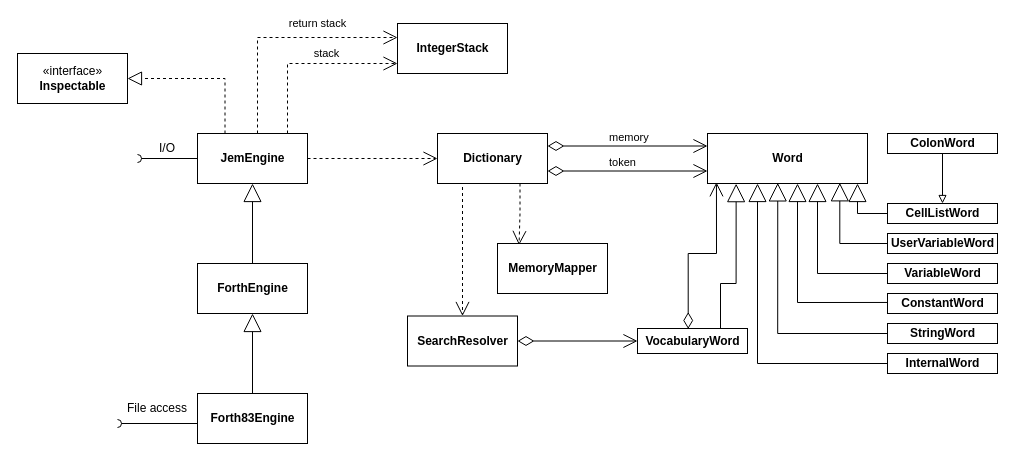
Earlier version of the draw.io diagram src/doc/engineModel.drawio (mletkin/jemForth). Source tidied: cells renumbered, new cells numbered last; positions are measured from the earlier drawing's top-left corner, leaving out a move shared by most shapes. Both pictures are drawn from the tidied source at 100%, with x=0, y=0 at pixel (17, 23).
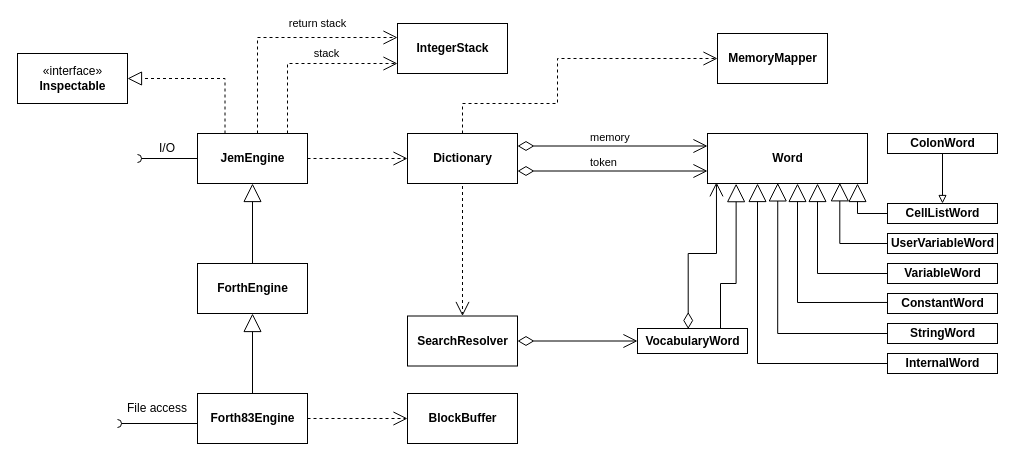
The same diagram, later.

Unchanged cells that the change refers to:
```xml
<mxCell id="5" value="&lt;div&gt;&lt;b&gt;Forth83Engine&lt;/b&gt;&lt;/div&gt;" style="html=1;" parent="1" vertex="1">
  <mxGeometry x="180" y="370" width="110" height="50" as="geometry" />
</mxCell>
```

Diff of the diagram source:
```diff
@@
     <mxCell id="2" value="&lt;b&gt;Dictionary&lt;/b&gt;" style="html=1;" parent="1" vertex="1">
-      <mxGeometry x="420" y="110" width="110" height="50" as="geometry" />
+      <mxGeometry x="390" y="110" width="110" height="50" as="geometry" />
     </mxCell>
@@
     <mxCell id="19" value="&lt;b&gt;MemoryMapper&lt;/b&gt;" style="html=1;" parent="1" vertex="1">
-      <mxGeometry x="480" y="220" width="110" height="50" as="geometry" />
+      <mxGeometry x="700" y="10" width="110" height="50" as="geometry" />
     </mxCell>
@@
-    <mxCell id="40" style="endArrow=open;endSize=12;dashed=1;html=1;rounded=0;edgeStyle=orthogonalEdgeStyle;exitX=0.75;exitY=1;exitDx=0;exitDy=0;entryX=0.196;entryY=0.031;entryDx=0;entryDy=0;entryPerimeter=0;" parent="1" edge="1" source="2" target="19">
-      <mxGeometry relative="1" as="geometry" />
+    <mxCell id="40" style="endArrow=open;endSize=12;dashed=1;html=1;rounded=0;edgeStyle=orthogonalEdgeStyle;exitX=0.5;exitY=0;exitDx=0;exitDy=0;entryX=0;entryY=0.5;entryDx=0;entryDy=0;" parent="1" edge="1" source="2" target="19">
+      <mxGeometry relative="1" as="geometry">
+        <Array as="points">
+          <mxPoint x="445" y="80" />
+          <mxPoint x="540" y="80" />
+          <mxPoint x="540" y="35" />
+        </Array>
+      </mxGeometry>
     </mxCell>
@@
+    <mxCell id="43" value="&lt;div&gt;&lt;b&gt;BlockBuffer&lt;/b&gt;&lt;/div&gt;" style="html=1;" parent="1" vertex="1">
+      <mxGeometry x="390" y="370" width="110" height="50" as="geometry" />
+    </mxCell>
+    <mxCell id="44" style="endArrow=open;endSize=12;dashed=1;html=1;rounded=0;entryX=0;entryY=0.5;entryDx=0;entryDy=0;edgeStyle=orthogonalEdgeStyle;exitX=1;exitY=0.5;exitDx=0;exitDy=0;" parent="1" edge="1" source="5" target="43">
+      <mxGeometry relative="1" as="geometry">
+        <Array as="points">
+          <mxPoint x="320" y="395" />
+          <mxPoint x="320" y="395" />
+        </Array>
+      </mxGeometry>
+    </mxCell>
```
